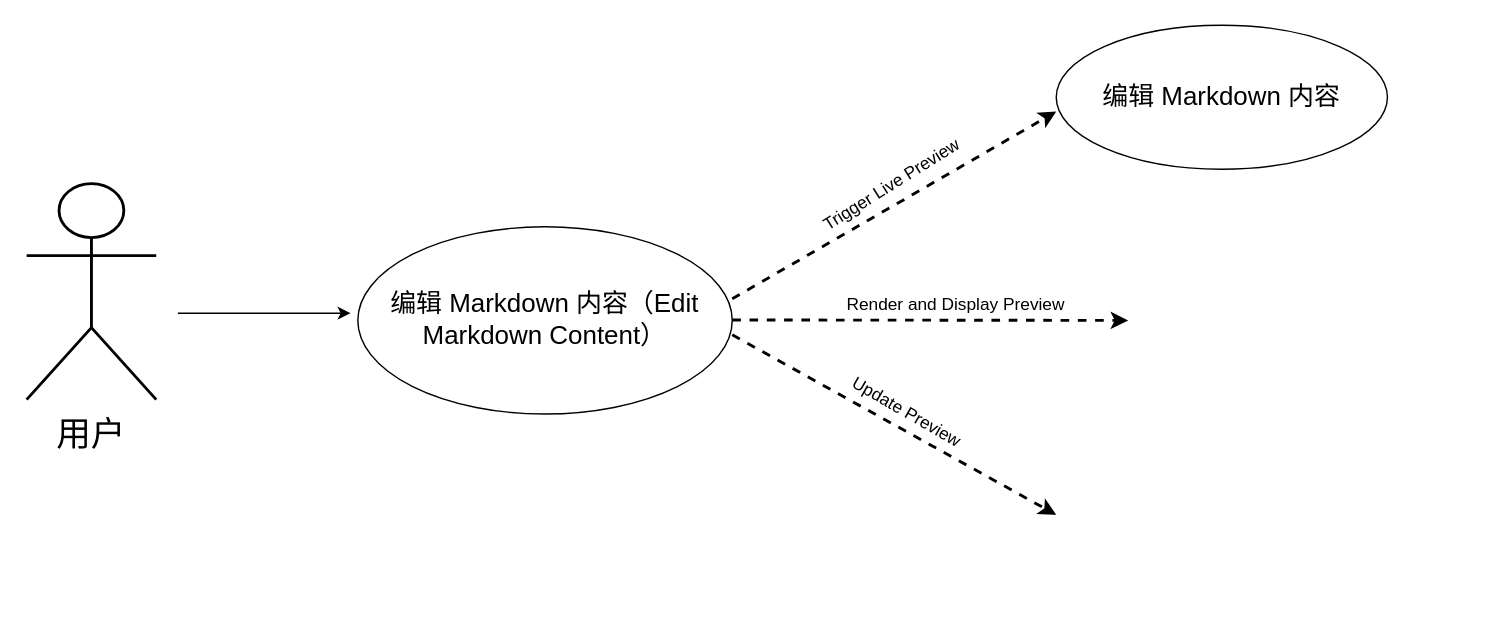
Before: 未命名绘图.drawio in Yaozongbin0828/UMLetDraw, a draw.io diagram. Source tidied: cells renumbered, new cells numbered last; positions are measured from the earlier drawing's top-left corner, leaving out a move shared by most shapes. Both pictures are drawn from the tidied source at 144%, with x=0, y=0 at pixel (26, 24).
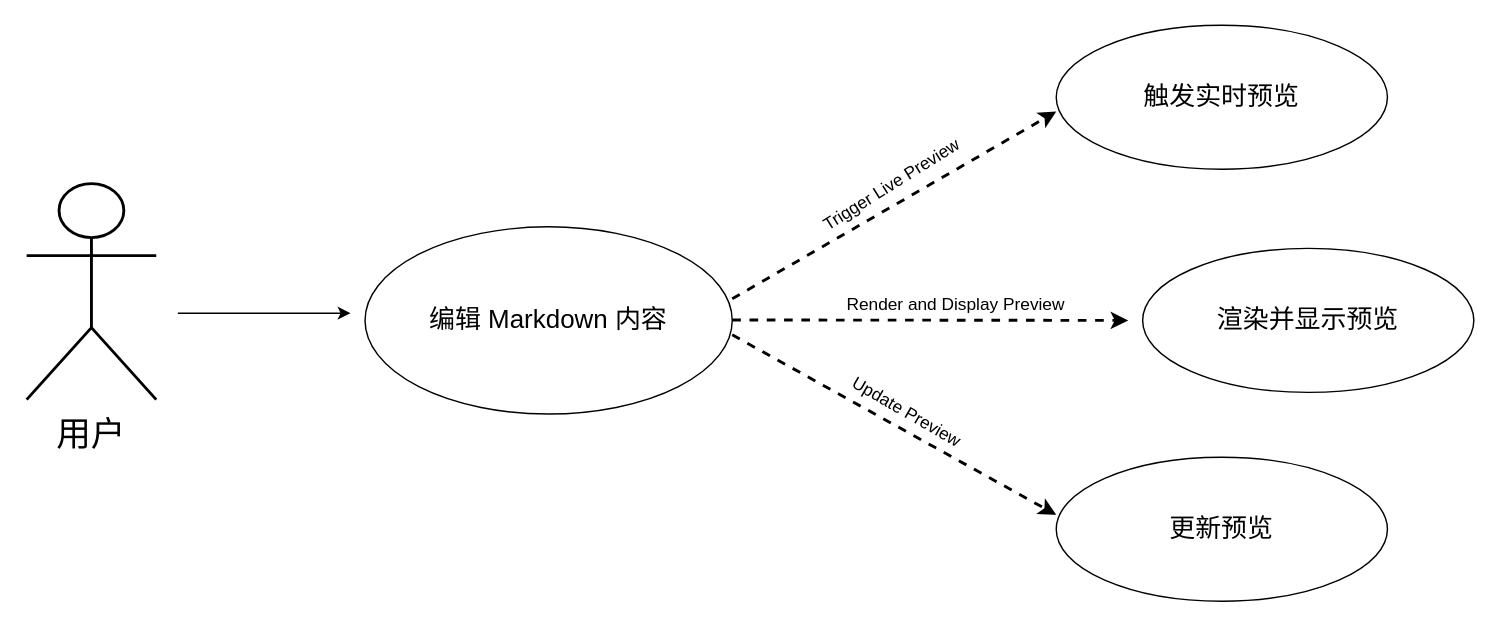
After the change.

Commit message (it also covers changes not shown here):
更新未命名绘图.drawio

Change to the diagram source:
```diff
@@
 <mxGraphModel>
   <root>
     <mxCell id="0" />
     <mxCell id="1" parent="0" />
     <mxCell id="2" style="shape=umlActor;verticalLabelPosition=bottom;verticalAlign=top;html=1;strokeWidth=2;" parent="1" vertex="1">
       <mxGeometry y="110" width="90" height="150" as="geometry" />
     </mxCell>
     <mxCell id="3" value="&lt;font style=&quot;font-size: 24px;&quot;&gt;用户&lt;/font&gt;" style="text;html=1;align=center;verticalAlign=middle;whiteSpace=wrap;rounded=0;" parent="1" vertex="1">
       <mxGeometry x="15" y="270" width="60" height="30" as="geometry" />
     </mxCell>
     <mxCell id="4" style="endArrow=classic;html=1;rounded=0;" parent="1" edge="1">
       <mxGeometry relative="1" as="geometry">
         <mxPoint x="105" y="200" as="sourcePoint" />
         <mxPoint x="225" y="200" as="targetPoint" />
       </mxGeometry>
     </mxCell>
-    <mxCell id="5" value="&lt;font style=&quot;font-size: 18px;&quot;&gt;编辑 Markdown 内容（Edit Markdown Content）&lt;/font&gt;" style="ellipse;whiteSpace=wrap;html=1;" parent="1" vertex="1">
-      <mxGeometry x="230" y="140" width="260" height="130" as="geometry" />
+    <mxCell id="5" value="&lt;font style=&quot;font-size: 18px;&quot;&gt;编辑 Markdown 内容&lt;/font&gt;" style="ellipse;whiteSpace=wrap;html=1;" parent="1" vertex="1">
+      <mxGeometry x="235" y="140" width="255" height="130" as="geometry" />
     </mxCell>
     <mxCell id="6" style="endArrow=classic;html=1;rounded=0;dashed=1;strokeWidth=2;" parent="1" edge="1">
       <mxGeometry relative="1" as="geometry">
         <mxPoint x="490" y="190" as="sourcePoint" />
         <mxPoint x="715" y="60" as="targetPoint" />
       </mxGeometry>
     </mxCell>
     <mxCell id="7" style="endArrow=classic;html=1;rounded=0;dashed=1;strokeWidth=2;" parent="1" edge="1">
       <mxGeometry relative="1" as="geometry">
         <mxPoint x="490" y="204.7" as="sourcePoint" />
         <mxPoint x="765" y="205" as="targetPoint" />
       </mxGeometry>
     </mxCell>
     <mxCell id="8" style="endArrow=classic;html=1;rounded=0;dashed=1;strokeWidth=2;" parent="1" edge="1">
       <mxGeometry relative="1" as="geometry">
         <mxPoint x="490" y="215" as="sourcePoint" />
         <mxPoint x="715" y="340" as="targetPoint" />
       </mxGeometry>
     </mxCell>
     <mxCell id="9" value="&lt;div&gt;Trigger Live Preview&lt;/div&gt;" style="text;html=1;align=center;verticalAlign=middle;whiteSpace=wrap;rounded=0;rotation=-32;" parent="1" vertex="1">
       <mxGeometry x="526" y="96" width="150" height="30" as="geometry" />
     </mxCell>
     <mxCell id="10" value="Render and Display Preview" style="text;html=1;align=center;verticalAlign=middle;whiteSpace=wrap;rounded=0;rotation=0;" parent="1" vertex="1">
       <mxGeometry x="551" y="178" width="189" height="31" as="geometry" />
     </mxCell>
     <mxCell id="11" value="Update Preview" style="text;html=1;align=center;verticalAlign=middle;whiteSpace=wrap;rounded=0;rotation=30;" parent="1" vertex="1">
       <mxGeometry x="561" y="254" width="101" height="30" as="geometry" />
     </mxCell>
-    <mxCell id="12" value="&lt;font style=&quot;font-size: 18px;&quot;&gt;编辑 Markdown 内容&lt;/font&gt;" style="ellipse;whiteSpace=wrap;html=1;" parent="1" vertex="1">
+    <mxCell id="12" value="&lt;font style=&quot;font-size: 18px;&quot;&gt;触发实时预览&lt;/font&gt;" style="ellipse;whiteSpace=wrap;html=1;" parent="1" vertex="1">
       <mxGeometry x="715" width="230" height="100" as="geometry" />
     </mxCell>
+    <mxCell id="13" value="&lt;font style=&quot;font-size: 18px;&quot;&gt;渲染并显示预览&lt;/font&gt;" style="ellipse;whiteSpace=wrap;html=1;" parent="1" vertex="1">
+      <mxGeometry x="775" y="155" width="230" height="100" as="geometry" />
+    </mxCell>
+    <mxCell id="14" value="&lt;font style=&quot;font-size: 18px;&quot;&gt;更新预览&lt;/font&gt;" style="ellipse;whiteSpace=wrap;html=1;" parent="1" vertex="1">
+      <mxGeometry x="715" y="300" width="230" height="100" as="geometry" />
+    </mxCell>
   </root>
 </mxGraphModel>
```
